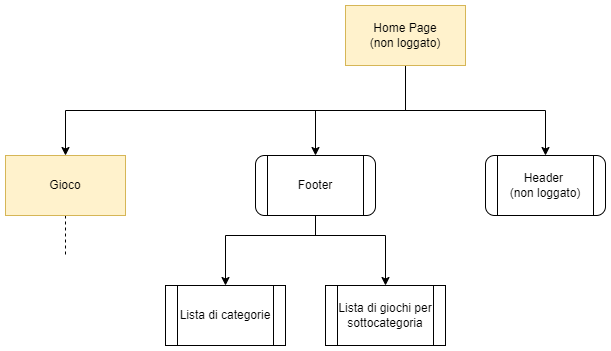
The draw.io diagram Images/BP_homepage non loggato.png in MarcoTomasone/Gioco.it-Redesign, before a commit. Source tidied: cells renumbered, new cells last; positions are measured from the earlier drawing's top-left corner, leaving out a move shared by most shapes.
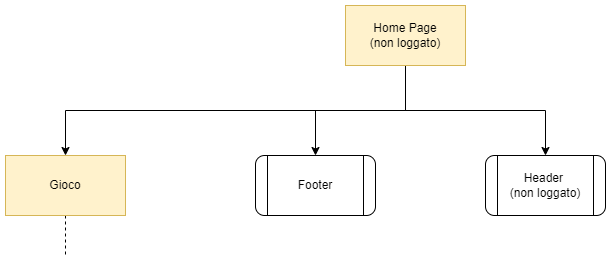
Later version of the same file.

Change to the diagram source:
```diff
@@ -5,7 +5,7 @@
     <mxCell id="2" style="edgeStyle=orthogonalEdgeStyle;rounded=0;jettySize=auto;html=1;exitX=0.5;exitY=1;exitDx=0;exitDy=0;entryX=0.5;entryY=0;entryDx=0;entryDy=0;" parent="1" edge="1" source="5" target="7">
       <mxGeometry relative="1" as="geometry" />
     </mxCell>
-    <mxCell id="3" style="edgeStyle=orthogonalEdgeStyle;rounded=0;jettySize=auto;html=1;exitX=0.5;exitY=1;exitDx=0;exitDy=0;entryX=0.5;entryY=0;entryDx=0;entryDy=0;endArrow=classic;endFill=1;" parent="1" edge="1" source="5" target="12">
+    <mxCell id="3" style="edgeStyle=orthogonalEdgeStyle;rounded=0;jettySize=auto;html=1;exitX=0.5;exitY=1;exitDx=0;exitDy=0;entryX=0.5;entryY=0;entryDx=0;entryDy=0;endArrow=classic;endFill=1;" parent="1" edge="1" source="5" target="8">
       <mxGeometry relative="1" as="geometry" />
     </mxCell>
     <mxCell id="4" style="edgeStyle=orthogonalEdgeStyle;rounded=0;jettySize=auto;html=1;exitX=0.5;exitY=1;exitDx=0;exitDy=0;entryX=0.5;entryY=0;entryDx=0;entryDy=0;endArrow=classic;endFill=1;" parent="1" edge="1" source="5">
@@ -24,32 +24,11 @@
     <mxCell id="7" value="Gioco" style="rounded=0;whiteSpace=wrap;html=1;fillColor=#fff2cc;strokeColor=#d6b656;" parent="1" vertex="1">
       <mxGeometry y="150" width="120" height="60" as="geometry" />
     </mxCell>
-    <mxCell id="8" style="edgeStyle=orthogonalEdgeStyle;rounded=0;jettySize=auto;html=1;exitX=0.5;exitY=1;exitDx=0;exitDy=0;entryX=0.5;entryY=0;entryDx=0;entryDy=0;" parent="1" edge="1" target="10">
-      <mxGeometry relative="1" as="geometry">
-        <mxPoint x="220" y="230" as="sourcePoint" />
-      </mxGeometry>
+    <mxCell id="8" value="Footer" style="shape=process;whiteSpace=wrap;html=1;backgroundOutline=1;rounded=1;" parent="1" vertex="1">
+      <mxGeometry x="250" y="150" width="120" height="60" as="geometry" />
     </mxCell>
-    <mxCell id="9" style="edgeStyle=orthogonalEdgeStyle;rounded=0;jettySize=auto;html=1;exitX=0.5;exitY=1;exitDx=0;exitDy=0;entryX=0.5;entryY=0;entryDx=0;entryDy=0;" parent="1" edge="1" target="13">
-      <mxGeometry relative="1" as="geometry">
-        <mxPoint x="220" y="230" as="sourcePoint" />
-      </mxGeometry>
+    <mxCell id="9" value="Header&amp;nbsp;&lt;br&gt;(non loggato)" style="shape=process;whiteSpace=wrap;html=1;backgroundOutline=1;rounded=1;" parent="1" vertex="1">
+      <mxGeometry x="480" y="150" width="120" height="60" as="geometry" />
     </mxCell>
-    <mxCell id="10" value="Lista di categorie" style="shape=process;whiteSpace=wrap;html=1;backgroundOutline=1;" parent="1" vertex="1">
-      <mxGeometry x="160" y="280" width="120" height="60" as="geometry" />
-    </mxCell>
-    <mxCell id="11" style="edgeStyle=orthogonalEdgeStyle;rounded=0;jettySize=auto;html=1;exitX=0.5;exitY=1;exitDx=0;exitDy=0;endArrow=none;endFill=0;" parent="1" edge="1" source="12">
-      <mxGeometry relative="1" as="geometry">
-        <mxPoint x="310" y="230" as="targetPoint" />
-      </mxGeometry>
-    </mxCell>
-    <mxCell id="12" value="Footer" style="shape=process;whiteSpace=wrap;html=1;backgroundOutline=1;rounded=1;" parent="1" vertex="1">
-      <mxGeometry x="250" y="150" width="120" height="60" as="geometry" />
-    </mxCell>
-    <mxCell id="13" value="Lista di giochi per sottocategoria" style="shape=process;whiteSpace=wrap;html=1;backgroundOutline=1;" parent="1" vertex="1">
-      <mxGeometry x="320" y="280" width="120" height="60" as="geometry" />
-    </mxCell>
-    <mxCell id="14" value="Header&amp;nbsp;&lt;br&gt;(non loggato)" style="shape=process;whiteSpace=wrap;html=1;backgroundOutline=1;rounded=1;" parent="1" vertex="1">
-      <mxGeometry x="480" y="150" width="120" height="60" as="geometry" />
-    </mxCell>
   </root>
 </mxGraphModel>
```
